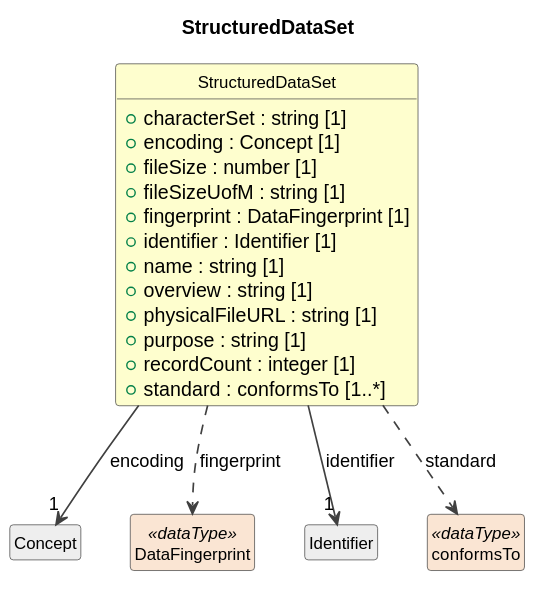
Earlier version of the PlantUML export cdif-uml-model/_plantuml/cdifDataStructure/Classes/StructuredDataSet.svg (Cross-Domain-Interoperability-Framework/metadataBuildingBlocks).
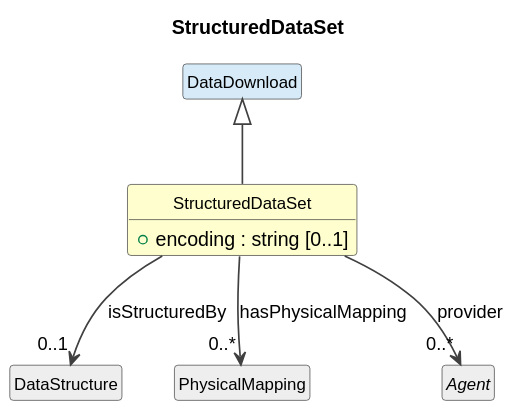
The same diagram one commit later.

Diff of the diagram source:
```diff
@@ -11,25 +11,14 @@
 }
 
 class "StructuredDataSet" as StructuredDataSet #FEFECE {
-  +characterSet : string [1]
-  +encoding : Concept [1]
-  +fileSize : number [1]
-  +fileSizeUofM : string [1]
-  +fingerprint : DataFingerprint [1]
-  +identifier : Identifier [1]
-  +name : string [1]
-  +overview : string [1]
-  +physicalFileURL : string [1]
-  +purpose : string [1]
-  +recordCount : integer [1]
-  +standard : conformsTo [1..*]
+  +encoding : string [0..1]
 }
-class "Concept" as Concept #EEEEEE
-StructuredDataSet --> "1" Concept : encoding
-class "DataFingerprint" as DataFingerprint <<dataType>> #FAE5D3
-StructuredDataSet ..> DataFingerprint : fingerprint
-class "Identifier" as Identifier #EEEEEE
-StructuredDataSet --> "1" Identifier : identifier
-class "conformsTo" as conformsTo <<dataType>> #FAE5D3
-StructuredDataSet ..> conformsTo : standard
+class "DataDownload" as DataDownload #D6EAF8
+DataDownload <|-- StructuredDataSet
+class "DataStructure" as DataStructure #EEEEEE
+StructuredDataSet --> "0..1" DataStructure : isStructuredBy
+class "PhysicalMapping" as PhysicalMapping #EEEEEE
+StructuredDataSet --> "0..*" PhysicalMapping : hasPhysicalMapping
+abstract class "Agent" as Agent #EEEEEE
+StructuredDataSet --> "0..*" Agent : provider
 @enduml
```
